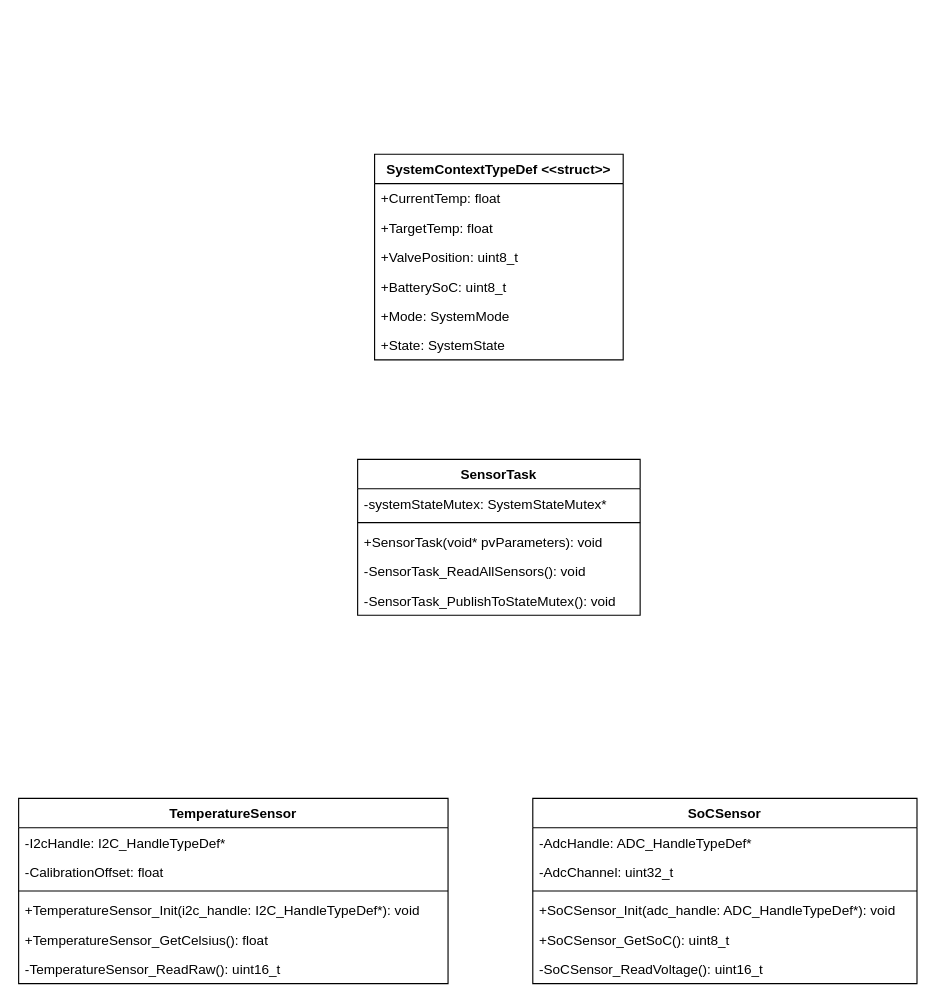
MiraTherm/miratherm-radiator-thermostat-documentation keeps this draw.io diagram as page "sensors" (3 of 6) of software/diagrams/mt-rt-sw-design.drawio. Above is the earlier version. Source tidied: cells renumbered, new cells numbered last; positions are measured from the earlier drawing's top-left corner, leaving out a move shared by most shapes. Both pictures are drawn from the tidied source at 113%, with x=0, y=0 at pixel (18, 154).
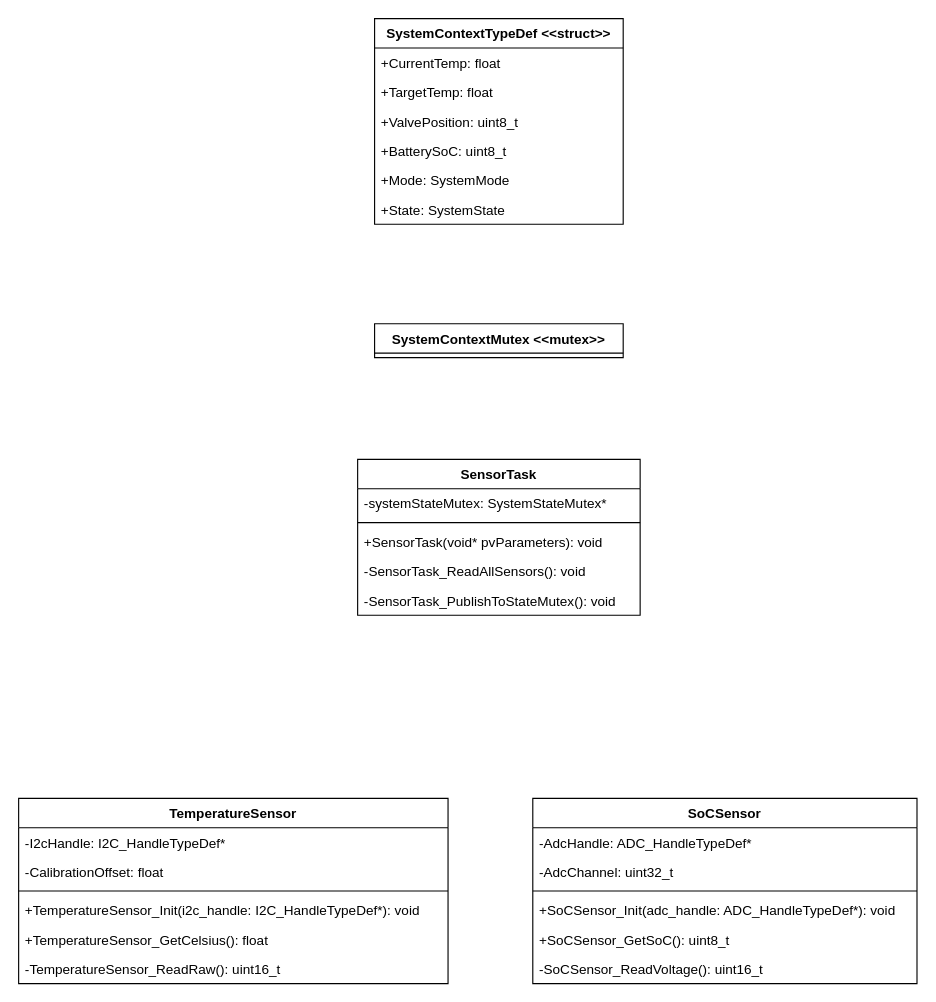
The same diagram, later.

The edit, as a diff of the source:
```diff
@@
     <mxCell id="2" value="SystemContextTypeDef &lt;&lt;struct&gt;&gt;" style="swimlane;fontStyle=1;horizontal=1;startSize=26;" parent="1" vertex="1">
-      <mxGeometry x="315" width="220" height="182" as="geometry" />
+      <mxGeometry x="315" y="-120" width="220" height="182" as="geometry" />
     </mxCell>
@@
+    <mxCell id="29" value="SystemContextMutex &lt;&lt;mutex&gt;&gt;" style="swimlane;fontStyle=1;horizontal=1;startSize=26;" parent="1" vertex="1" collapsed="1">
+      <mxGeometry x="315" y="150" width="220" height="30" as="geometry" />
+    </mxCell>
```
